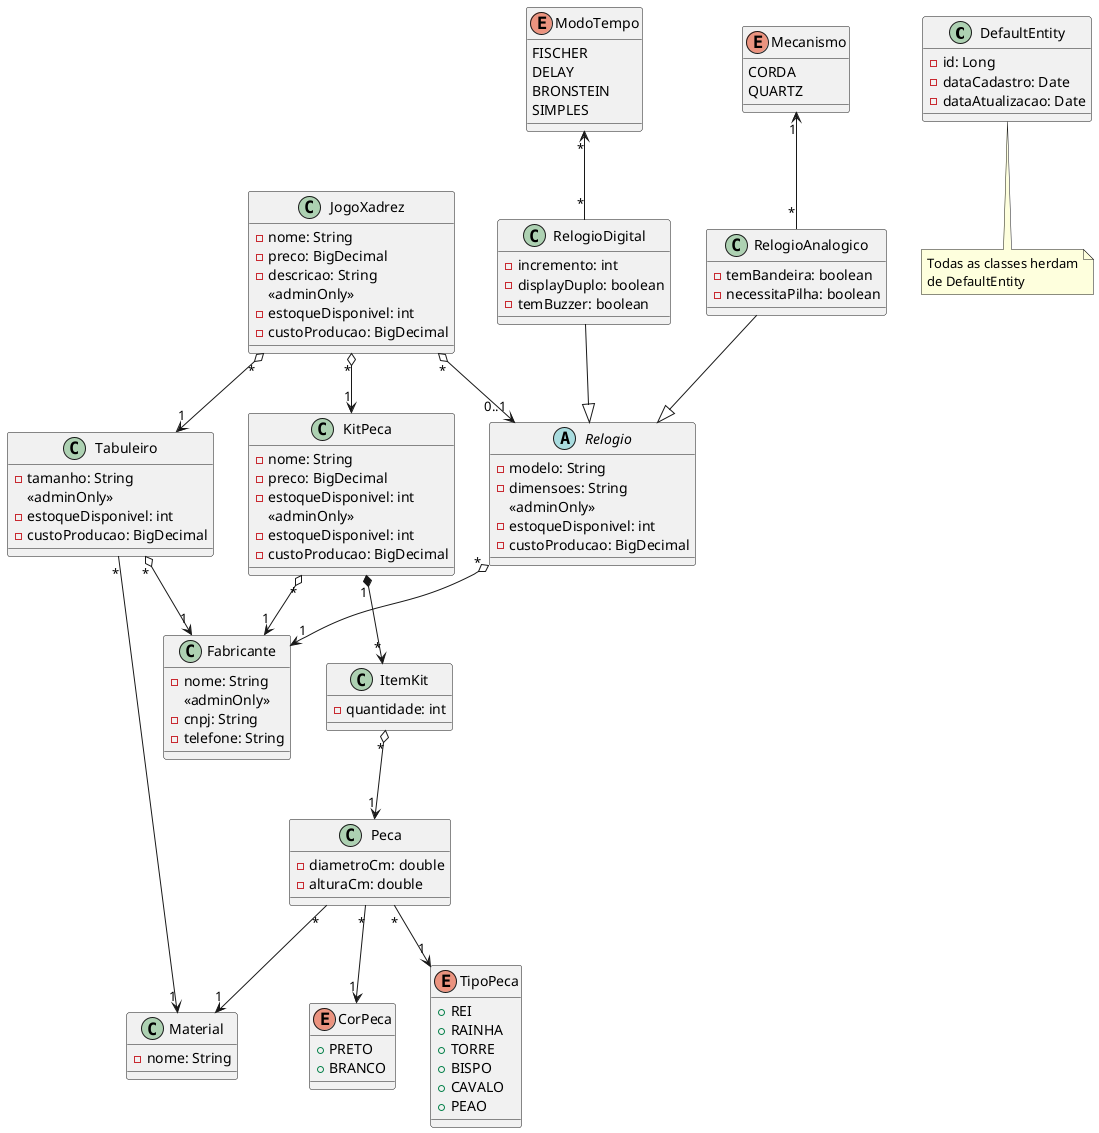
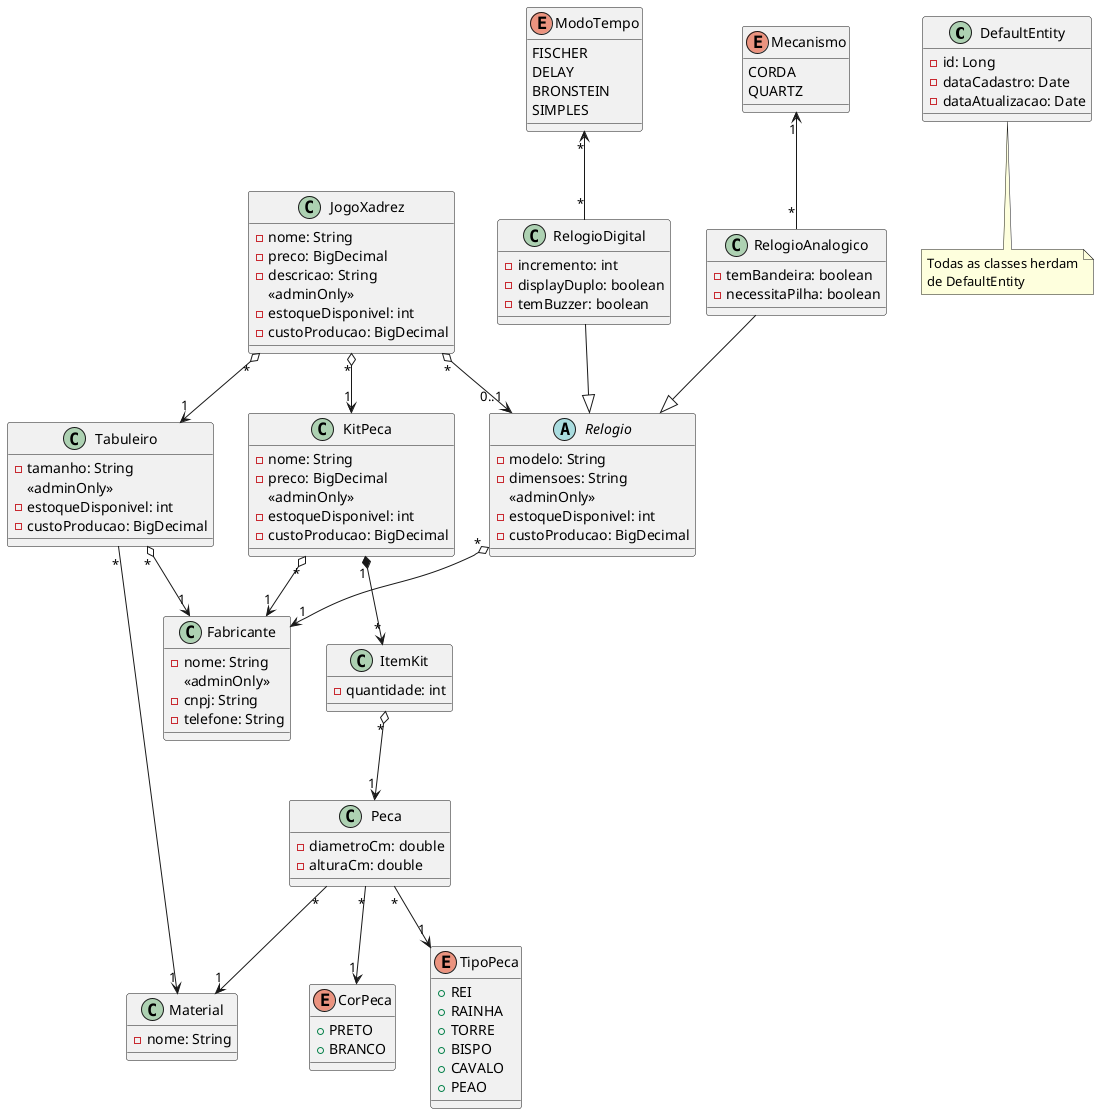
@startuml DiagramaDeClasses

class DefaultEntity{
    -id: Long
    -dataCadastro: Date
    -dataAtualizacao: Date
}
note bottom of DefaultEntity
  Todas as classes herdam
  de DefaultEntity
end note



enum CorPeca {
    +PRETO
    +BRANCO
}

class Material {
    -nome: String
}

class Peca {
    -diametroCm: double
    -alturaCm: double
}

enum TipoPeca {
    +REI
    +RAINHA
    +TORRE
    +BISPO
    +CAVALO
    +PEAO
}

class Tabuleiro {
    -tamanho: String
    <<adminOnly>>
    -estoqueDisponivel: int
    -custoProducao: BigDecimal
}

abstract class Relogio {
    -modelo: String
    -dimensoes: String
    <<adminOnly>>
    -estoqueDisponivel: int
    -custoProducao: BigDecimal
}

class RelogioDigital {
    -incremento: int
    -displayDuplo: boolean
    -temBuzzer: boolean
}
enum ModoTempo{
    FISCHER
    DELAY
    BRONSTEIN
    SIMPLES
}

class RelogioAnalogico {
    -temBandeira: boolean
    -necessitaPilha: boolean
}
enum Mecanismo{
    CORDA
    QUARTZ
}

class JogoXadrez{
    -nome: String
    -preco: BigDecimal
    -descricao: String
    <<adminOnly>>
    -estoqueDisponivel: int
    -custoProducao: BigDecimal
}

class KitPeca {
    -nome: String
    -preco: BigDecimal
-     -estoqueDisponivel: int
    <<adminOnly>>
    -estoqueDisponivel: int
    -custoProducao: BigDecimal
}

class Fabricante {
    -nome: String
    <<adminOnly>>
    -cnpj: String
    -telefone: String
}

class ItemKit {
    -quantidade: int
}

'---------------- HERANCA ----------------
RelogioDigital --|> Relogio
RelogioAnalogico --|> Relogio




'---------------- COMPOSICAO ----------------

KitPeca "1" *--> "*" ItemKit


'---------------- AGREGACAO ----------------
ItemKit "*" o--> "1" Peca
JogoXadrez"*" o--> "1" Tabuleiro
JogoXadrez "*" o--> "1" KitPeca
JogoXadrez "*" o--> "0..1" Relogio

'---------------- ASSOCIACAO ----------------
Relogio "*" o--> "1" Fabricante
Tabuleiro "*" --> "1" Material
Peca "*" --> "1" Material
Peca "*" --> "1" TipoPeca
Peca "*" --> "1" CorPeca
RelogioDigital "*" --up> "*" ModoTempo
RelogioAnalogico "*" --up> "1" Mecanismo
KitPeca "*" o--> "1" Fabricante
Tabuleiro "*" o--> "1" Fabricante

@enduml
